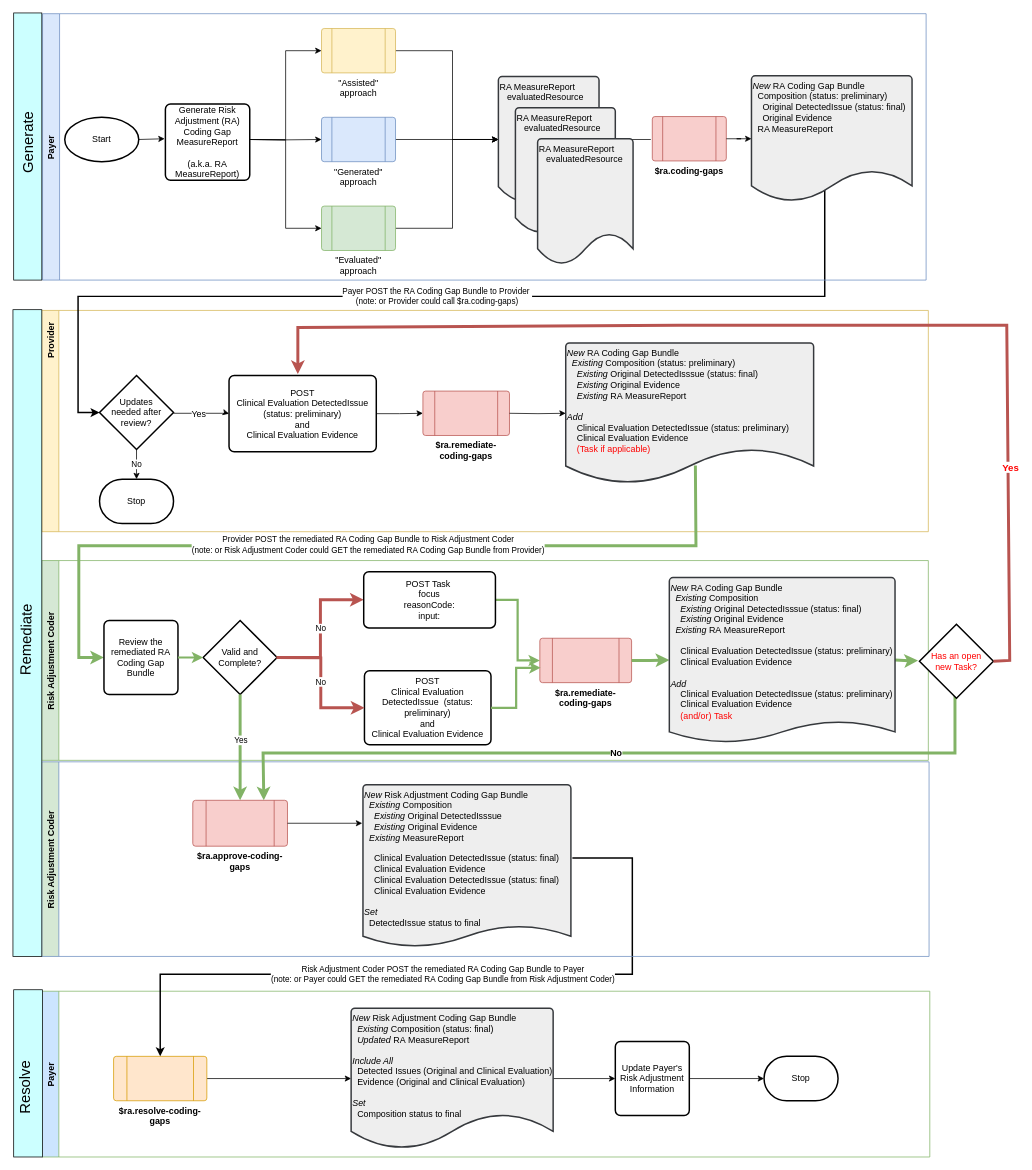
Earlier version of the draw.io diagram page "workflow-withTask-11-30-2022" (1 of 7) of input/images/Source/Stages.drawio (HL7/davinci-ra). Source tidied: cells renumbered, new cells numbered last; positions are measured from the earlier drawing's top-left corner, leaving out a move shared by most shapes. Both pictures are drawn from the tidied source at 74%, with x=0, y=0 at pixel (1, 13).
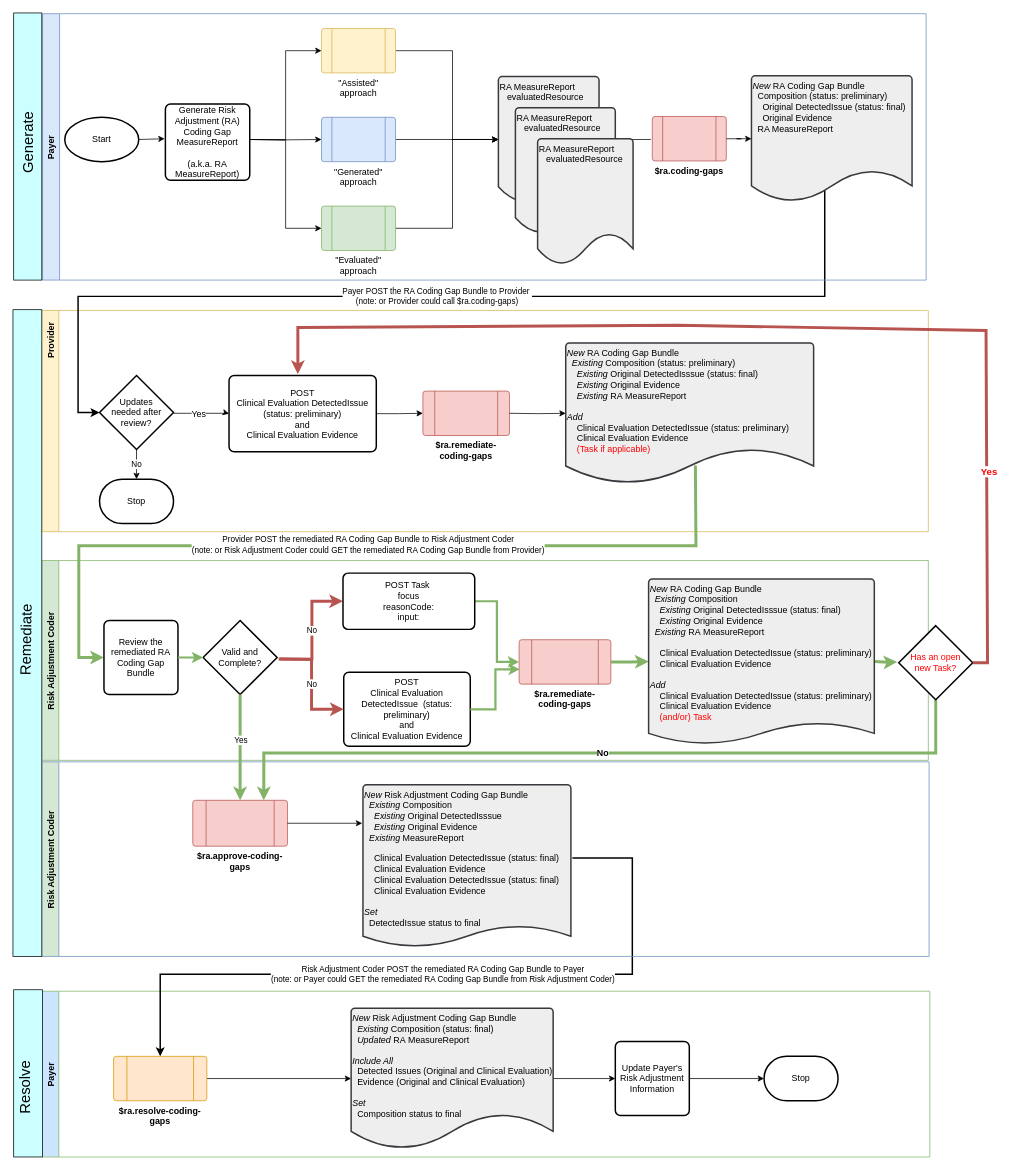
The same diagram, later.

Commit message (it also covers changes not shown here):
updated remediation page. minor edits to stages source diagram.

Unchanged cells that the change refers to:
```xml
<mxCell id="9" value="Risk Adjustment Coder" style="swimlane;horizontal=0;fillColor=#d5e8d4;strokeColor=#82b366;" parent="2" vertex="1">
  <mxGeometry y="338" width="1198" height="270" as="geometry" />
</mxCell>
<mxCell id="11" value="Valid and Complete?" style="strokeWidth=2;html=1;shape=mxgraph.flowchart.decision;whiteSpace=wrap;" parent="9" vertex="1">
  <mxGeometry x="218" y="81" width="100" height="100" as="geometry" />
</mxCell>
<mxCell id="38" value="&lt;b&gt;$ra.approve-coding-gaps&lt;/b&gt;" style="verticalLabelPosition=bottom;verticalAlign=top;html=1;shape=process;whiteSpace=wrap;rounded=1;size=0.14;arcSize=6;fillColor=#f8cecc;strokeColor=#b85450;" parent="37" vertex="1">
  <mxGeometry x="204" y="52" width="128" height="62" as="geometry" />
</mxCell>
```

What changed in the source:
```diff
@@
-    <mxCell id="13" value="No" style="edgeStyle=orthogonalEdgeStyle;rounded=0;jettySize=auto;html=1;entryX=0;entryY=0.5;entryDx=0;entryDy=0;fillColor=#f8cecc;strokeColor=#b85450;strokeWidth=4;" parent="9" edge="1" source="11" target="19">
-      <mxGeometry relative="1" as="geometry" />
+    <mxCell id="13" value="No" style="edgeStyle=orthogonalEdgeStyle;rounded=0;jettySize=auto;html=1;entryX=0;entryY=0.5;entryDx=0;entryDy=0;fillColor=#f8cecc;strokeColor=#b85450;strokeWidth=4;" parent="9" edge="1" target="19">
+      <mxGeometry relative="1" as="geometry">
+        <mxPoint x="322" y="133" as="sourcePoint" />
+      </mxGeometry>
     </mxCell>
     <mxCell id="14" value="&lt;b&gt;$ra.remediate-coding-gaps&lt;/b&gt;" style="verticalLabelPosition=bottom;verticalAlign=top;html=1;shape=process;whiteSpace=wrap;rounded=1;size=0.14;arcSize=6;fillColor=#f8cecc;strokeColor=#b85450;" parent="9" vertex="1">
-      <mxGeometry x="673" y="105" width="124" height="60" as="geometry" />
+      <mxGeometry x="645" y="107" width="124" height="60" as="geometry" />
     </mxCell>
@@
     <mxCell id="17" style="edgeStyle=orthogonalEdgeStyle;rounded=0;jumpStyle=arc;jettySize=auto;html=1;entryX=0;entryY=0.5;entryDx=0;entryDy=0;entryPerimeter=0;fontSize=14;fillColor=#d5e8d4;strokeColor=#82B366;strokeWidth=4;" parent="9" edge="1" source="18">
       <mxGeometry relative="1" as="geometry">
-        <mxPoint x="1184" y="135" as="targetPoint" />
+        <mxPoint x="1156" y="137" as="targetPoint" />
       </mxGeometry>
     </mxCell>
     <mxCell id="18" value="&lt;div style=&quot;&quot;&gt;&lt;div&gt;&lt;span style=&quot;background-color: initial;&quot;&gt;&lt;i&gt;New&amp;nbsp;&lt;/i&gt;&lt;/span&gt;&lt;span style=&quot;background-color: initial;&quot;&gt;RA Coding Gap Bundle&lt;/span&gt;&lt;/div&gt;&lt;div&gt;&lt;span style=&quot;background-color: initial;&quot;&gt;&amp;nbsp;&amp;nbsp;&lt;i&gt;Existing&amp;nbsp;&lt;/i&gt;Composition&lt;/span&gt;&lt;/div&gt;&lt;div&gt;&lt;span style=&quot;background-color: initial;&quot;&gt;&amp;nbsp; &amp;nbsp;&amp;nbsp;&lt;i&gt;Existing&amp;nbsp;&lt;/i&gt;Original DetectedIsssue (status: final)&lt;br&gt;&lt;i&gt;&amp;nbsp; &amp;nbsp; Existing&amp;nbsp;&lt;/i&gt;Original Evidence&lt;/span&gt;&lt;/div&gt;&lt;div&gt;&amp;nbsp;&amp;nbsp;&lt;i&gt;Existing &lt;/i&gt;RA&amp;nbsp;MeasureReport&lt;span style=&quot;background-color: initial;&quot;&gt;&lt;br&gt;&lt;/span&gt;&lt;/div&gt;&lt;div&gt;&lt;br&gt;&lt;/div&gt;&lt;div&gt;&lt;div&gt;&lt;span style=&quot;background-color: initial;&quot;&gt;&amp;nbsp; &amp;nbsp; Clinical Evaluation DetectedIssue (status: preliminary)&lt;/span&gt;&lt;/div&gt;&lt;div&gt;&lt;span style=&quot;background-color: initial;&quot;&gt;&amp;nbsp; &amp;nbsp; Clinical Evaluation Evidence&lt;/span&gt;&lt;/div&gt;&lt;/div&gt;&lt;div&gt;&lt;span style=&quot;background-color: initial;&quot;&gt;&lt;br&gt;&lt;/span&gt;&lt;/div&gt;&lt;div&gt;&lt;span style=&quot;background-color: initial;&quot;&gt;&lt;i&gt;Add&lt;/i&gt;&lt;/span&gt;&lt;/div&gt;&lt;div&gt;&lt;span style=&quot;background-color: initial;&quot;&gt;&amp;nbsp; &amp;nbsp;&amp;nbsp;&lt;/span&gt;&lt;span style=&quot;background-color: initial;&quot;&gt;Clinical Evaluation DetectedIssue (status: preliminary)&lt;/span&gt;&lt;/div&gt;&lt;div&gt;&lt;span style=&quot;background-color: initial;&quot;&gt;&amp;nbsp; &amp;nbsp; Clinical Evaluation Evidence&lt;/span&gt;&lt;/div&gt;&lt;div&gt;&lt;span style=&quot;background-color: initial;&quot;&gt;&amp;nbsp; &amp;nbsp; &lt;font color=&quot;#ff0000&quot;&gt;(and/or)&lt;/font&gt;&lt;/span&gt;&lt;span style=&quot;background-color: initial;&quot;&gt;&lt;font color=&quot;#ff0000&quot;&gt;&amp;nbsp;Task&lt;/font&gt;&lt;/span&gt;&lt;/div&gt;&lt;/div&gt;" style="strokeWidth=2;html=1;shape=mxgraph.flowchart.document2;whiteSpace=wrap;size=0.13008833353498342;fillColor=#eeeeee;strokeColor=#36393d;verticalAlign=top;align=left;" parent="9" vertex="1">
-      <mxGeometry x="848" y="23" width="305" height="223" as="geometry" />
+      <mxGeometry x="820" y="25" width="305" height="223" as="geometry" />
     </mxCell>
     <mxCell id="19" value="&lt;font style=&quot;&quot;&gt;POST Task&amp;nbsp;&lt;br&gt;focus&lt;br&gt;reasonCode:&lt;br&gt;input:&lt;br&gt;&lt;/font&gt;" style="rounded=1;whiteSpace=wrap;html=1;absoluteArcSize=1;arcSize=14;strokeWidth=2;" parent="9" vertex="1">
-      <mxGeometry x="435" y="15" width="178" height="76" as="geometry" />
+      <mxGeometry x="407" y="17" width="178" height="76" as="geometry" />
     </mxCell>
     <mxCell id="20" value="POST &lt;br&gt;Clinical Evaluation DetectedIssue&amp;nbsp; (status: preliminary)&lt;br&gt;and&lt;br&gt;Clinical Evaluation Evidence" style="rounded=1;whiteSpace=wrap;html=1;absoluteArcSize=1;arcSize=14;strokeWidth=2;" parent="9" vertex="1">
-      <mxGeometry x="436" y="149" width="171" height="100" as="geometry" />
+      <mxGeometry x="408" y="151" width="171" height="100" as="geometry" />
     </mxCell>
@@
     <mxCell id="45" value="&lt;font style=&quot;font-size: 12px;&quot;&gt;&lt;b&gt;No&lt;/b&gt;&lt;/font&gt;" style="edgeStyle=orthogonalEdgeStyle;rounded=0;jettySize=auto;html=1;entryX=0.75;entryY=0;entryDx=0;entryDy=0;jumpStyle=gap;strokeWidth=4;exitX=0.5;exitY=1;exitDx=0;exitDy=0;exitPerimeter=0;fillColor=#d5e8d4;strokeColor=#82B366;" parent="1" edge="1" source="70" target="38">
       <mxGeometry relative="1" as="geometry">
         <Array as="points">
-          <mxPoint x="1290" y="922" />
-          <mxPoint x="1288" y="922" />
-          <mxPoint x="1288" y="1000" />
+          <mxPoint x="1262" y="928" />
+          <mxPoint x="1262" y="1000" />
           <mxPoint x="353" y="1000" />
-          <mxPoint x="353" y="1064" />
         </Array>
       </mxGeometry>
     </mxCell>
@@
     <mxCell id="70" value="&lt;font color=&quot;#ff0000&quot;&gt;Has an open &lt;br&gt;new Task?&lt;/font&gt;" style="strokeWidth=2;html=1;shape=mxgraph.flowchart.decision;whiteSpace=wrap;" parent="1" vertex="1">
-      <mxGeometry x="1240" y="826" width="100" height="100" as="geometry" />
+      <mxGeometry x="1212" y="828" width="100" height="100" as="geometry" />
     </mxCell>
     <mxCell id="71" value="No" style="edgeStyle=orthogonalEdgeStyle;rounded=0;jettySize=auto;html=1;entryX=0;entryY=0.5;entryDx=0;entryDy=0;fillColor=#f8cecc;strokeColor=#B85450;strokeWidth=4;" parent="1" edge="1" target="20">
       <mxGeometry relative="1" as="geometry">
-        <mxPoint x="371" y="871" as="sourcePoint" />
+        <mxPoint x="374" y="873" as="sourcePoint" />
       </mxGeometry>
     </mxCell>
     <mxCell id="72" style="edgeStyle=orthogonalEdgeStyle;rounded=0;jettySize=auto;html=1;fillColor=#d5e8d4;strokeColor=#82B366;strokeWidth=3;exitX=1;exitY=0.5;exitDx=0;exitDy=0;" parent="1" edge="1" source="20">
       <mxGeometry relative="1" as="geometry">
-        <mxPoint x="728" y="885" as="targetPoint" />
+        <mxPoint x="700" y="887" as="targetPoint" />
         <Array as="points">
-          <mxPoint x="695" y="939" />
-          <mxPoint x="695" y="885" />
+          <mxPoint x="667" y="941" />
+          <mxPoint x="667" y="887" />
         </Array>
       </mxGeometry>
     </mxCell>
     <mxCell id="73" style="endArrow=classic;html=1;rounded=0;strokeColor=#b85450;exitX=1;exitY=0.5;exitDx=0;exitDy=0;exitPerimeter=0;strokeWidth=4;fillColor=#f8cecc;" parent="1" edge="1" source="70">
       <mxGeometry relative="1" as="geometry">
         <mxPoint x="400" y="488" as="targetPoint" />
         <Array as="points">
-          <mxPoint x="1362" y="875" />
-          <mxPoint x="1358" y="422" />
+          <mxPoint x="1332" y="878" />
+          <mxPoint x="1330" y="429" />
           <mxPoint x="914" y="422" />
           <mxPoint x="400" y="425" />
         </Array>
       </mxGeometry>
     </mxCell>
```
